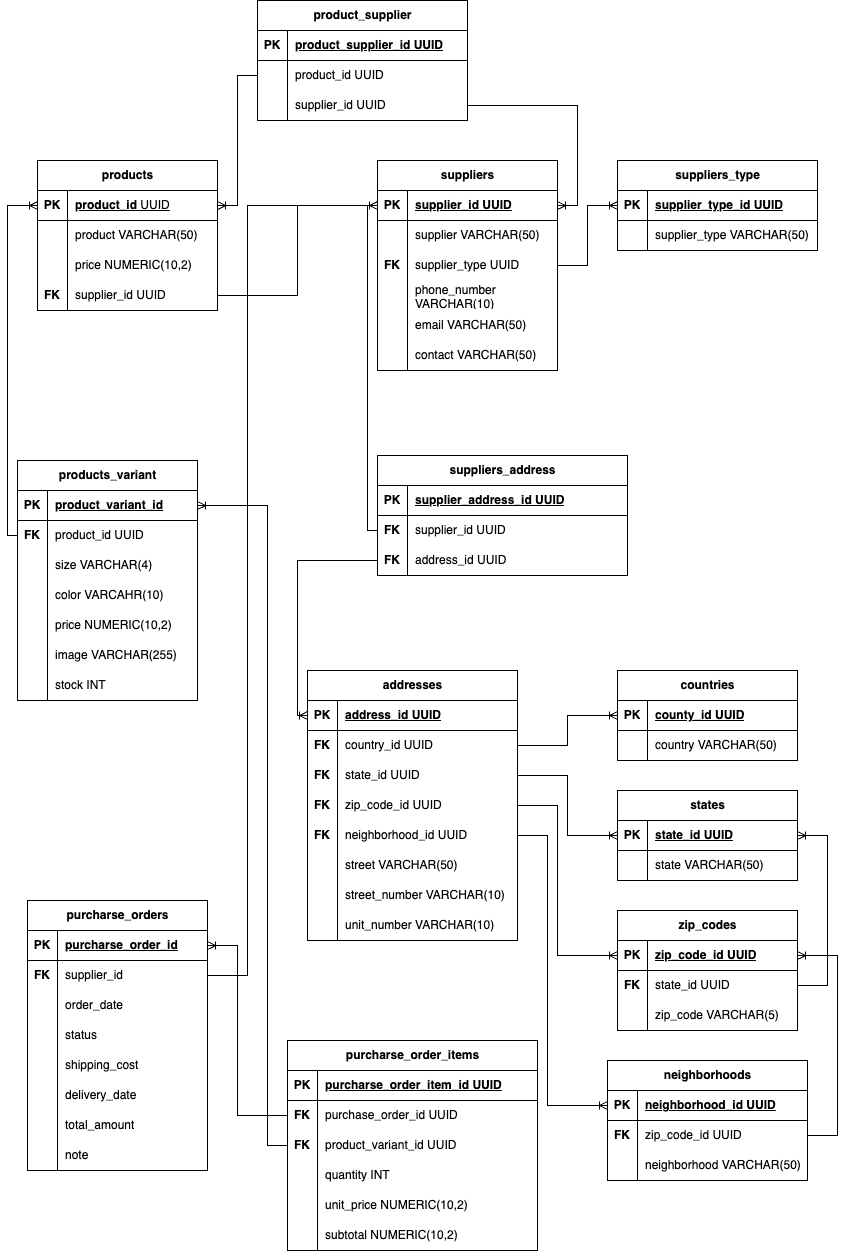
The draw.io diagram mimdaStoreRelationalModel.drawio.png in Ivanmda98/MimdaStoreDataModeling, before a commit. Source tidied: cells renumbered, new cells last; positions are measured from the earlier drawing's top-left corner, leaving out a move shared by most shapes.
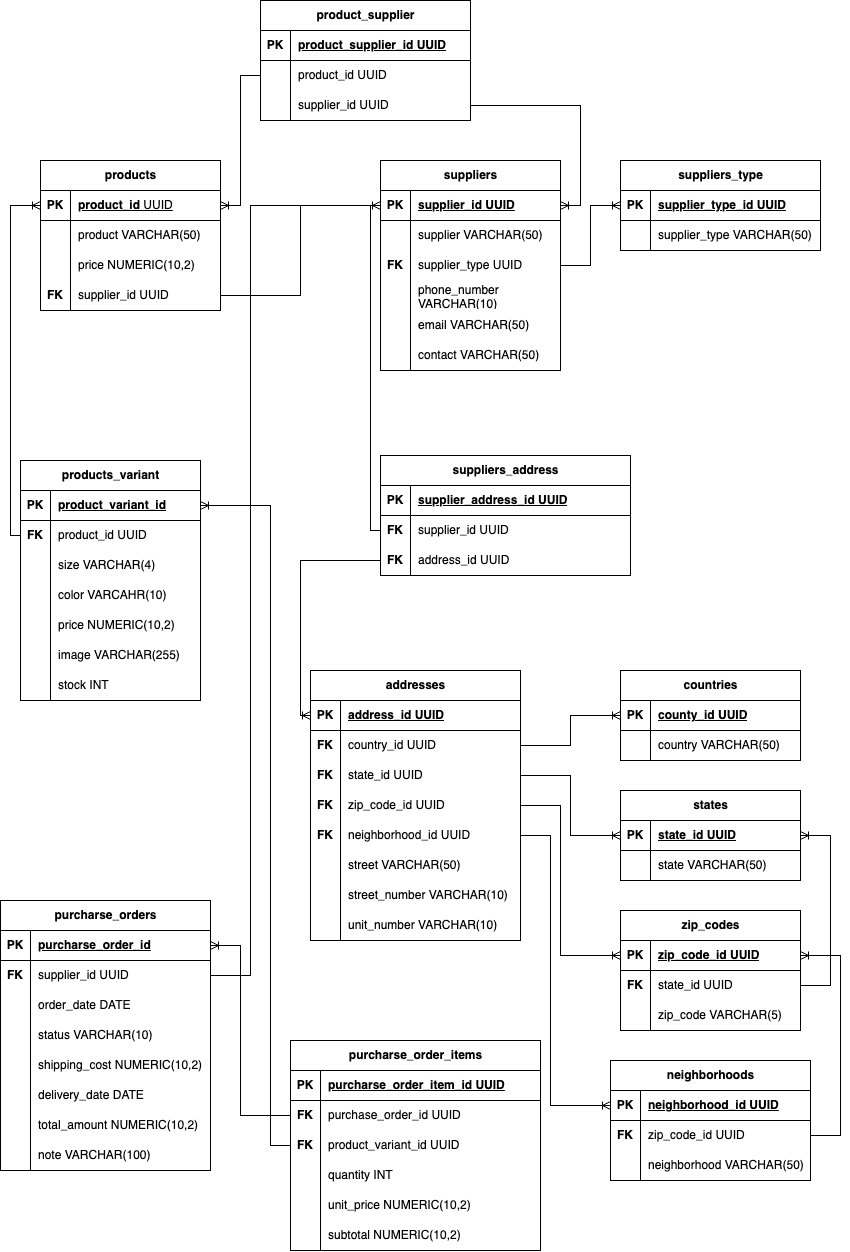
The same diagram one commit later.

Commit message:
feat(*):update relational model

Change to the diagram source:
```diff
@@ -451,79 +451,79 @@
       <mxGeometry relative="1" as="geometry" />
     </mxCell>
     <mxCell id="143" value="purcharse_orders" style="shape=table;startSize=30;rowLines=0;fontStyle=1;align=center;html=1;" parent="1" vertex="1">
-      <mxGeometry x="20" y="900" width="180" height="270" as="geometry" />
+      <mxGeometry x="-10" y="900" width="210" height="270" as="geometry" />
     </mxCell>
     <mxCell id="144" style="shape=tableRow;horizontal=0;startSize=0;swimlaneHead=0;swimlaneBody=0;fillColor=none;points=[[0,0.5],[1,0.5]];portConstraint=eastwest;top=0;left=0;right=0;bottom=1;" parent="143" vertex="1">
-      <mxGeometry y="30" width="180" height="30" as="geometry" />
+      <mxGeometry y="30" width="210" height="30" as="geometry" />
     </mxCell>
     <mxCell id="145" value="PK" style="shape=partialRectangle;fillColor=none;top=0;left=0;bottom=0;right=0;fontStyle=1;overflow=hidden;whiteSpace=wrap;html=1;" parent="144" vertex="1">
       <mxGeometry width="30" height="30" as="geometry" />
     </mxCell>
     <mxCell id="146" value="purcharse_order_id" style="shape=partialRectangle;fillColor=none;top=0;left=0;bottom=0;right=0;align=left;spacingLeft=6;fontStyle=5;overflow=hidden;whiteSpace=wrap;html=1;" parent="144" vertex="1">
-      <mxGeometry x="30" width="150" height="30" as="geometry" />
+      <mxGeometry x="30" width="180" height="30" as="geometry" />
     </mxCell>
     <mxCell id="147" style="shape=tableRow;horizontal=0;startSize=0;swimlaneHead=0;swimlaneBody=0;fillColor=none;points=[[0,0.5],[1,0.5]];portConstraint=eastwest;top=0;left=0;right=0;bottom=0;" parent="143" vertex="1">
-      <mxGeometry y="60" width="180" height="30" as="geometry" />
+      <mxGeometry y="60" width="210" height="30" as="geometry" />
     </mxCell>
     <mxCell id="148" value="&lt;b&gt;FK&lt;/b&gt;" style="shape=partialRectangle;fillColor=none;top=0;left=0;bottom=0;right=0;overflow=hidden;whiteSpace=wrap;html=1;" parent="147" vertex="1">
       <mxGeometry width="30" height="30" as="geometry" />
     </mxCell>
-    <mxCell id="149" value="supplier_id" style="shape=partialRectangle;fillColor=none;top=0;left=0;bottom=0;right=0;align=left;spacingLeft=6;overflow=hidden;whiteSpace=wrap;html=1;" parent="147" vertex="1">
-      <mxGeometry x="30" width="150" height="30" as="geometry" />
+    <mxCell id="149" value="supplier_id UUID" style="shape=partialRectangle;fillColor=none;top=0;left=0;bottom=0;right=0;align=left;spacingLeft=6;overflow=hidden;whiteSpace=wrap;html=1;" parent="147" vertex="1">
+      <mxGeometry x="30" width="180" height="30" as="geometry" />
     </mxCell>
     <mxCell id="150" style="shape=tableRow;horizontal=0;startSize=0;swimlaneHead=0;swimlaneBody=0;fillColor=none;top=0;left=0;right=0;bottom=0;" parent="143" vertex="1">
-      <mxGeometry y="90" width="180" height="30" as="geometry" />
+      <mxGeometry y="90" width="210" height="30" as="geometry" />
     </mxCell>
     <mxCell id="151" style="shape=partialRectangle;fillColor=none;top=0;left=0;bottom=0;right=0;overflow=hidden;whiteSpace=wrap;html=1;" parent="150" vertex="1">
       <mxGeometry width="30" height="30" as="geometry" />
     </mxCell>
-    <mxCell id="152" value="order_date" style="shape=partialRectangle;fillColor=none;top=0;left=0;bottom=0;right=0;align=left;spacingLeft=6;overflow=hidden;whiteSpace=wrap;html=1;" parent="150" vertex="1">
-      <mxGeometry x="30" width="150" height="30" as="geometry" />
+    <mxCell id="152" value="order_date DATE" style="shape=partialRectangle;fillColor=none;top=0;left=0;bottom=0;right=0;align=left;spacingLeft=6;overflow=hidden;whiteSpace=wrap;html=1;" parent="150" vertex="1">
+      <mxGeometry x="30" width="180" height="30" as="geometry" />
     </mxCell>
     <mxCell id="153" style="shape=tableRow;horizontal=0;startSize=0;swimlaneHead=0;swimlaneBody=0;fillColor=none;top=0;left=0;right=0;bottom=0;" parent="143" vertex="1">
-      <mxGeometry y="120" width="180" height="30" as="geometry" />
+      <mxGeometry y="120" width="210" height="30" as="geometry" />
     </mxCell>
     <mxCell id="154" style="shape=partialRectangle;fillColor=none;top=0;left=0;bottom=0;right=0;overflow=hidden;whiteSpace=wrap;html=1;" parent="153" vertex="1">
       <mxGeometry width="30" height="30" as="geometry" />
     </mxCell>
-    <mxCell id="155" value="status" style="shape=partialRectangle;fillColor=none;top=0;left=0;bottom=0;right=0;align=left;spacingLeft=6;overflow=hidden;whiteSpace=wrap;html=1;" parent="153" vertex="1">
-      <mxGeometry x="30" width="150" height="30" as="geometry" />
+    <mxCell id="155" value="status VARCHAR(10)" style="shape=partialRectangle;fillColor=none;top=0;left=0;bottom=0;right=0;align=left;spacingLeft=6;overflow=hidden;whiteSpace=wrap;html=1;" parent="153" vertex="1">
+      <mxGeometry x="30" width="180" height="30" as="geometry" />
     </mxCell>
     <mxCell id="156" style="shape=tableRow;horizontal=0;startSize=0;swimlaneHead=0;swimlaneBody=0;fillColor=none;top=0;left=0;right=0;bottom=0;" parent="143" vertex="1">
-      <mxGeometry y="150" width="180" height="30" as="geometry" />
+      <mxGeometry y="150" width="210" height="30" as="geometry" />
     </mxCell>
     <mxCell id="157" style="shape=partialRectangle;fillColor=none;top=0;left=0;bottom=0;right=0;overflow=hidden;whiteSpace=wrap;html=1;" parent="156" vertex="1">
       <mxGeometry width="30" height="30" as="geometry" />
     </mxCell>
-    <mxCell id="158" value="shipping_cost" style="shape=partialRectangle;fillColor=none;top=0;left=0;bottom=0;right=0;align=left;spacingLeft=6;overflow=hidden;whiteSpace=wrap;html=1;" parent="156" vertex="1">
-      <mxGeometry x="30" width="150" height="30" as="geometry" />
+    <mxCell id="158" value="shipping_cost NUMERIC(10,2)" style="shape=partialRectangle;fillColor=none;top=0;left=0;bottom=0;right=0;align=left;spacingLeft=6;overflow=hidden;whiteSpace=wrap;html=1;" parent="156" vertex="1">
+      <mxGeometry x="30" width="180" height="30" as="geometry" />
     </mxCell>
     <mxCell id="159" style="shape=tableRow;horizontal=0;startSize=0;swimlaneHead=0;swimlaneBody=0;fillColor=none;top=0;left=0;right=0;bottom=0;" parent="143" vertex="1">
-      <mxGeometry y="180" width="180" height="30" as="geometry" />
+      <mxGeometry y="180" width="210" height="30" as="geometry" />
     </mxCell>
     <mxCell id="160" style="shape=partialRectangle;fillColor=none;top=0;left=0;bottom=0;right=0;overflow=hidden;whiteSpace=wrap;html=1;" parent="159" vertex="1">
       <mxGeometry width="30" height="30" as="geometry" />
     </mxCell>
-    <mxCell id="161" value="delivery_date" style="shape=partialRectangle;fillColor=none;top=0;left=0;bottom=0;right=0;align=left;spacingLeft=6;overflow=hidden;whiteSpace=wrap;html=1;" parent="159" vertex="1">
-      <mxGeometry x="30" width="150" height="30" as="geometry" />
+    <mxCell id="161" value="delivery_date DATE" style="shape=partialRectangle;fillColor=none;top=0;left=0;bottom=0;right=0;align=left;spacingLeft=6;overflow=hidden;whiteSpace=wrap;html=1;" parent="159" vertex="1">
+      <mxGeometry x="30" width="180" height="30" as="geometry" />
     </mxCell>
     <mxCell id="162" style="shape=tableRow;horizontal=0;startSize=0;swimlaneHead=0;swimlaneBody=0;fillColor=none;top=0;left=0;right=0;bottom=0;" parent="143" vertex="1">
-      <mxGeometry y="210" width="180" height="30" as="geometry" />
+      <mxGeometry y="210" width="210" height="30" as="geometry" />
     </mxCell>
     <mxCell id="163" style="shape=partialRectangle;fillColor=none;top=0;left=0;bottom=0;right=0;overflow=hidden;whiteSpace=wrap;html=1;" parent="162" vertex="1">
       <mxGeometry width="30" height="30" as="geometry" />
     </mxCell>
-    <mxCell id="164" value="total_amount" style="shape=partialRectangle;fillColor=none;top=0;left=0;bottom=0;right=0;align=left;spacingLeft=6;overflow=hidden;whiteSpace=wrap;html=1;" parent="162" vertex="1">
-      <mxGeometry x="30" width="150" height="30" as="geometry" />
+    <mxCell id="164" value="total_amount NUMERIC(10,2)" style="shape=partialRectangle;fillColor=none;top=0;left=0;bottom=0;right=0;align=left;spacingLeft=6;overflow=hidden;whiteSpace=wrap;html=1;" parent="162" vertex="1">
+      <mxGeometry x="30" width="180" height="30" as="geometry" />
     </mxCell>
     <mxCell id="165" style="shape=tableRow;horizontal=0;startSize=0;swimlaneHead=0;swimlaneBody=0;fillColor=none;top=0;left=0;right=0;bottom=0;" parent="143" vertex="1">
-      <mxGeometry y="240" width="180" height="30" as="geometry" />
+      <mxGeometry y="240" width="210" height="30" as="geometry" />
     </mxCell>
     <mxCell id="166" style="shape=partialRectangle;fillColor=none;top=0;left=0;bottom=0;right=0;overflow=hidden;whiteSpace=wrap;html=1;" parent="165" vertex="1">
       <mxGeometry width="30" height="30" as="geometry" />
     </mxCell>
-    <mxCell id="167" value="note" style="shape=partialRectangle;fillColor=none;top=0;left=0;bottom=0;right=0;align=left;spacingLeft=6;overflow=hidden;whiteSpace=wrap;html=1;" parent="165" vertex="1">
-      <mxGeometry x="30" width="150" height="30" as="geometry" />
+    <mxCell id="167" value="note VARCHAR(100)" style="shape=partialRectangle;fillColor=none;top=0;left=0;bottom=0;right=0;align=left;spacingLeft=6;overflow=hidden;whiteSpace=wrap;html=1;" parent="165" vertex="1">
+      <mxGeometry x="30" width="180" height="30" as="geometry" />
     </mxCell>
     <mxCell id="168" style="edgeStyle=orthogonalEdgeStyle;fontSize=12;html=1;endArrow=ERoneToMany;rounded=0;entryX=0;entryY=0.5;entryDx=0;entryDy=0;exitX=1;exitY=0.5;exitDx=0;exitDy=0;" parent="1" edge="1" source="147" target="39">
       <mxGeometry relative="1" as="geometry">
```
